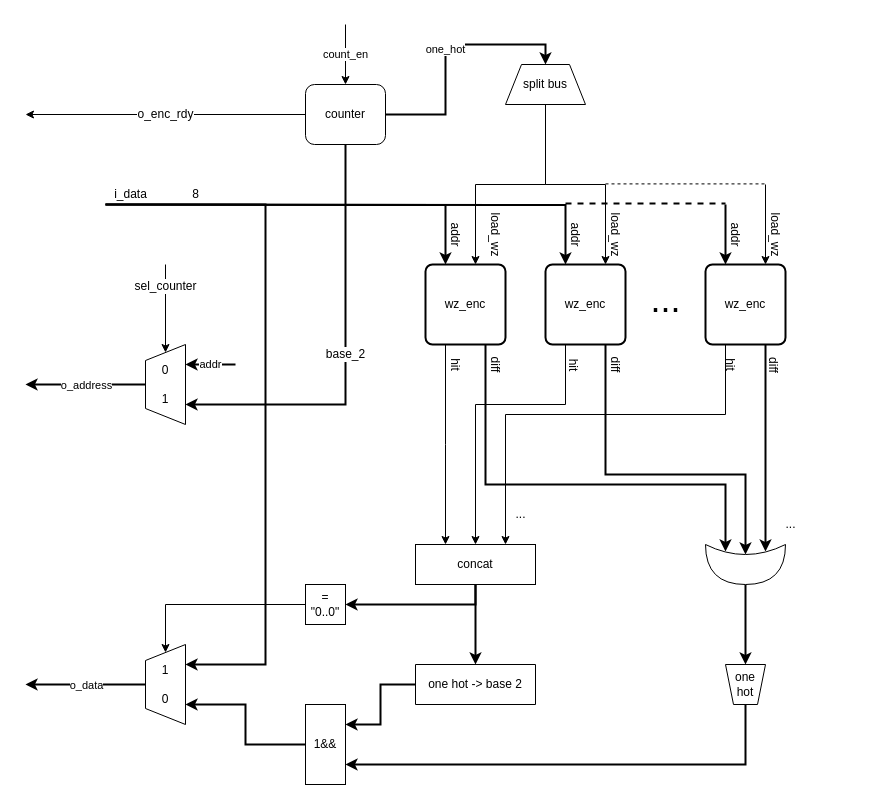
Above: page "datapath" (3 of 5) of schema.drawio in imDema/progetto_reti_logiche (draw.io), before the change. Source tidied: cells renumbered, new cells numbered last; positions are measured from the earlier drawing's top-left corner, leaving out a move shared by most shapes. Both pictures are drawn from the tidied source at 100%, with x=0, y=0 at pixel (25, 24).
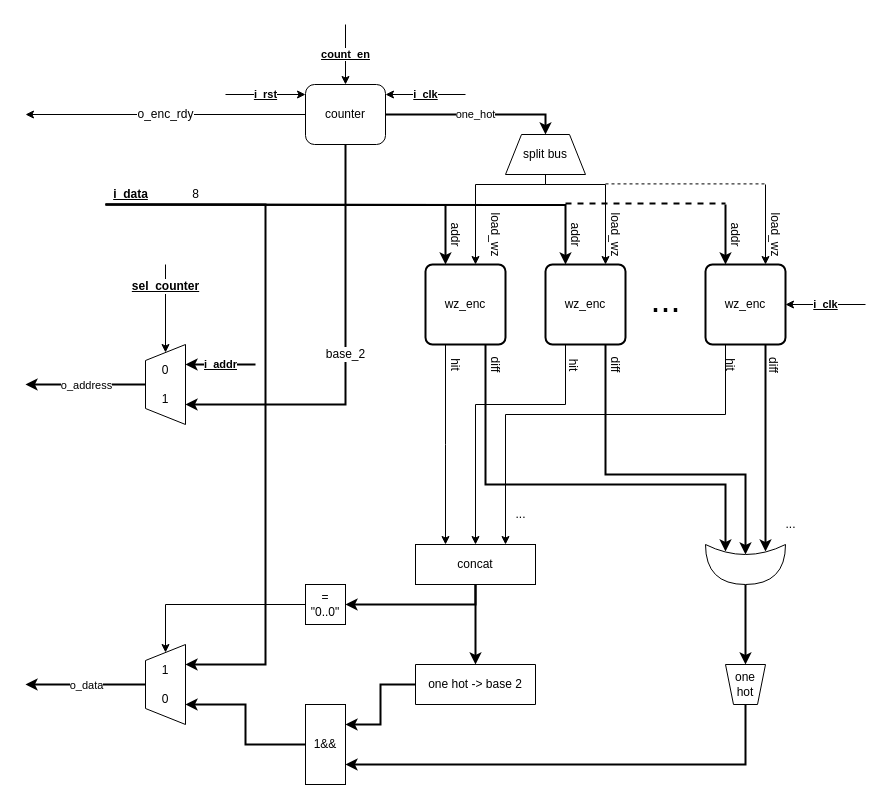
The same page after the edit.

Unchanged cells that the change refers to:
```xml
<mxCell id="11" value="wz_enc" style="rounded=1;whiteSpace=wrap;html=1;absoluteArcSize=1;arcSize=14;strokeWidth=2;fillColor=#ffffff;" parent="1" vertex="1">
  <mxGeometry x="400" y="240" width="80" height="80" as="geometry" />
</mxCell>
<mxCell id="14" value="wz_enc" style="rounded=1;whiteSpace=wrap;html=1;absoluteArcSize=1;arcSize=14;strokeWidth=2;fillColor=#ffffff;" parent="1" vertex="1">
  <mxGeometry x="520" y="240" width="80" height="80" as="geometry" />
</mxCell>
<mxCell id="17" value="wz_enc" style="rounded=1;whiteSpace=wrap;html=1;absoluteArcSize=1;arcSize=14;strokeWidth=2;fillColor=#ffffff;" parent="1" vertex="1">
  <mxGeometry x="680" y="240" width="80" height="80" as="geometry" />
</mxCell>
<mxCell id="29" value="0&lt;br&gt;&lt;br&gt;1" style="shape=trapezoid;perimeter=trapezoidPerimeter;whiteSpace=wrap;html=1;direction=north;" parent="1" vertex="1">
  <mxGeometry x="120" y="320" width="40" height="80" as="geometry" />
</mxCell>
<mxCell id="33" value="counter" style="rounded=1;whiteSpace=wrap;html=1;" parent="1" vertex="1">
  <mxGeometry x="280" y="60" width="80" height="60" as="geometry" />
</mxCell>
<mxCell id="36" style="endArrow=classic;html=1;entryX=1;entryY=0.5;entryDx=0;entryDy=0;" parent="1" edge="1" target="29">
  <mxGeometry relative="1" as="geometry">
    <mxPoint x="140" y="240" as="sourcePoint" />
  </mxGeometry>
</mxCell>
```

Change to the diagram source:
```diff
@@
+    <mxCell id="63" value="i_clk" style="rounded=0;comic=0;jumpStyle=none;orthogonalLoop=1;jettySize=auto;elbow=vertical;html=1;shadow=0;strokeWidth=1;entryX=1;entryY=0.25;entryDx=0;entryDy=0;fontStyle=5;" parent="1" edge="1">
+      <mxGeometry relative="1" as="geometry">
+        <mxPoint x="440" y="70" as="sourcePoint" />
+        <mxPoint x="360" y="70" as="targetPoint" />
+      </mxGeometry>
+    </mxCell>
@@
-    <mxCell id="34" value="addr" style="endArrow=classic;html=1;entryX=0.75;entryY=1;entryDx=0;entryDy=0;strokeWidth=2;" parent="1" edge="1" target="29">
+    <mxCell id="34" value="i_addr" style="endArrow=classic;html=1;entryX=0.75;entryY=1;entryDx=0;entryDy=0;strokeWidth=2;fontStyle=5;" parent="1" edge="1" target="29">
       <mxGeometry relative="1" as="geometry">
-        <mxPoint x="210" y="340" as="sourcePoint" />
+        <mxPoint x="230" y="340" as="sourcePoint" />
       </mxGeometry>
     </mxCell>
-    <mxCell id="35" value="count_en" style="endArrow=classic;html=1;entryX=0.5;entryY=0;entryDx=0;entryDy=0;" parent="1" edge="1" target="33">
+    <mxCell id="35" value="count_en" style="endArrow=classic;html=1;entryX=0.5;entryY=0;entryDx=0;entryDy=0;fontStyle=5;" parent="1" edge="1" target="33">
       <mxGeometry relative="1" as="geometry">
         <mxPoint x="320" as="sourcePoint" />
       </mxGeometry>
     </mxCell>
@@
-    <mxCell id="37" value="sel_counter" style="text;html=1;align=center;verticalAlign=middle;labelBackgroundColor=#ffffff;" parent="36" vertex="1">
+    <mxCell id="37" value="sel_counter" style="text;html=1;align=center;verticalAlign=middle;labelBackgroundColor=#ffffff;fontStyle=5;" parent="36" vertex="1">
       <mxGeometry x="-0.53" y="-1" relative="1" as="geometry" />
     </mxCell>
     <mxCell id="38" style="edgeStyle=orthogonalEdgeStyle;rounded=0;jettySize=auto;html=1;entryX=0.625;entryY=0;entryDx=0;entryDy=0;entryPerimeter=0;strokeWidth=1;fontSize=36;" parent="1" edge="1" source="40" target="11">
-      <mxGeometry relative="1" as="geometry" />
+      <mxGeometry relative="1" as="geometry">
+        <Array as="points">
+          <mxPoint x="520" y="160" />
+          <mxPoint x="450" y="160" />
+        </Array>
+      </mxGeometry>
     </mxCell>
     <mxCell id="39" style="edgeStyle=orthogonalEdgeStyle;rounded=0;jettySize=auto;html=1;entryX=0.75;entryY=0;entryDx=0;entryDy=0;strokeWidth=1;fontSize=36;" parent="1" edge="1" source="40" target="14">
-      <mxGeometry relative="1" as="geometry" />
+      <mxGeometry relative="1" as="geometry">
+        <Array as="points">
+          <mxPoint x="520" y="160" />
+          <mxPoint x="580" y="160" />
+        </Array>
+      </mxGeometry>
     </mxCell>
     <mxCell id="40" value="split bus" style="shape=trapezoid;perimeter=trapezoidPerimeter;whiteSpace=wrap;html=1;" parent="1" vertex="1">
-      <mxGeometry x="480" y="40" width="80" height="40" as="geometry" />
+      <mxGeometry x="480" y="110" width="80" height="40" as="geometry" />
     </mxCell>
-    <mxCell id="41" value="i_data" style="text;html=1;align=center;verticalAlign=middle;" parent="1" vertex="1">
+    <mxCell id="41" value="i_data" style="text;html=1;align=center;verticalAlign=middle;fontStyle=5;" parent="1" vertex="1">
       <mxGeometry x="80" y="160" width="50" height="20" as="geometry" />
     </mxCell>
@@
+    <mxCell id="64" value="i_clk" style="rounded=0;comic=0;jumpStyle=none;jettySize=auto;elbow=vertical;html=1;shadow=0;strokeWidth=1;entryX=1;entryY=0.5;entryDx=0;entryDy=0;fontStyle=5;" parent="1" edge="1" target="17">
+      <mxGeometry relative="1" as="geometry">
+        <mxPoint x="840" y="280" as="sourcePoint" />
+      </mxGeometry>
+    </mxCell>
+    <mxCell id="65" value="i_rst" style="rounded=0;comic=0;jumpStyle=none;orthogonalLoop=1;jettySize=auto;elbow=vertical;html=1;shadow=0;strokeWidth=1;entryX=1;entryY=0.25;entryDx=0;entryDy=0;fontStyle=5;" parent="1" edge="1">
+      <mxGeometry relative="1" as="geometry">
+        <mxPoint x="200" y="70" as="sourcePoint" />
+        <mxPoint x="280" y="70" as="targetPoint" />
+      </mxGeometry>
+    </mxCell>
```
